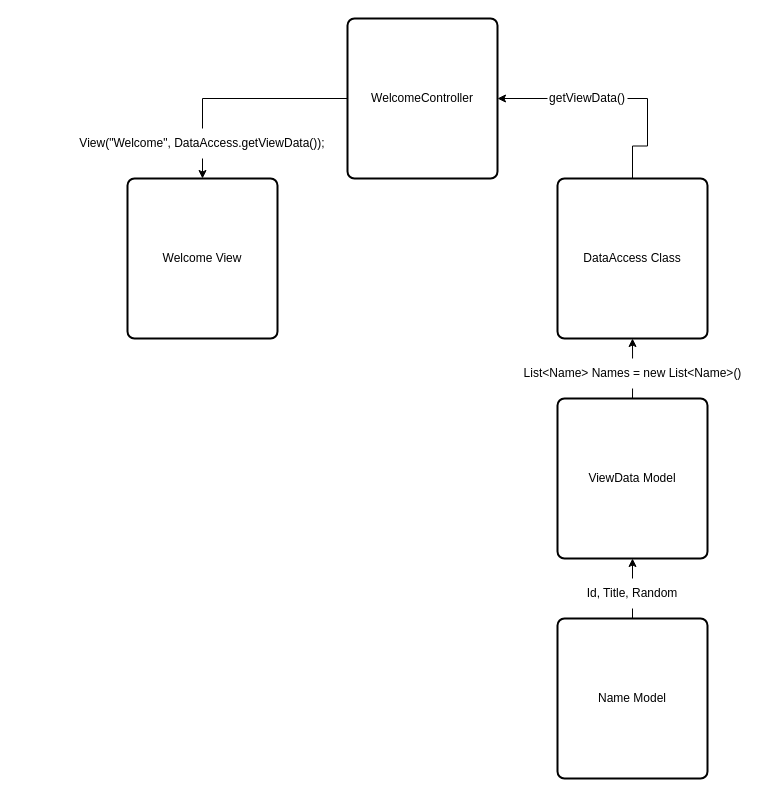
Earlier version of the draw.io diagram FlowChart-Ish.drawio (MathiasFHolst/PraktikOpgaver). Source tidied: cells renumbered, new cells numbered last; positions are measured from the earlier drawing's top-left corner, leaving out a move shared by most shapes. Both pictures are drawn from the tidied source at 100%, with x=0, y=0 at pixel (77, 18).
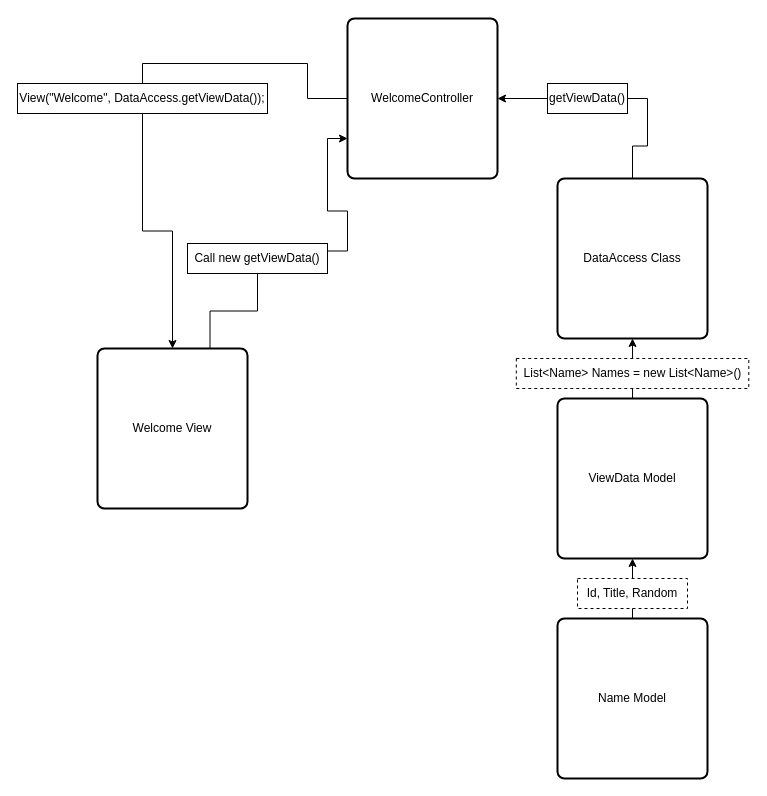
The same diagram, later.

The change refers to these unchanged cells:
```xml
<mxCell id="3" value="WelcomeController" style="rounded=1;whiteSpace=wrap;html=1;absoluteArcSize=1;arcSize=14;strokeWidth=2;" parent="1" vertex="1">
  <mxGeometry x="270" width="150" height="160" as="geometry" />
</mxCell>
```

What changed in the source:
```diff
@@
+    <mxCell id="19" style="edgeStyle=orthogonalEdgeStyle;rounded=0;jettySize=auto;html=1;exitX=1;exitY=0.25;exitDx=0;exitDy=0;entryX=0;entryY=0.75;entryDx=0;entryDy=0;startArrow=none;" parent="1" edge="1" source="20" target="3">
+      <mxGeometry relative="1" as="geometry" />
+    </mxCell>
     <mxCell id="10" value="Welcome View" style="rounded=1;whiteSpace=wrap;html=1;absoluteArcSize=1;arcSize=14;strokeWidth=2;" parent="1" vertex="1">
-      <mxGeometry x="50" y="160" width="150" height="160" as="geometry" />
+      <mxGeometry x="20" y="330" width="150" height="160" as="geometry" />
     </mxCell>
-    <mxCell id="11" value="Id, Title, Random" style="text;html=1;strokeColor=none;fillColor=none;align=center;verticalAlign=middle;whiteSpace=wrap;rounded=0;" parent="1" vertex="1">
+    <mxCell id="11" value="Id, Title, Random" style="text;html=1;strokeColor=default;fillColor=none;align=center;verticalAlign=middle;whiteSpace=wrap;rounded=0;dashed=1;" parent="1" vertex="1">
       <mxGeometry x="500" y="560" width="110" height="30" as="geometry" />
     </mxCell>
@@
-    <mxCell id="13" value="List&amp;lt;Name&amp;gt; Names = new List&amp;lt;Name&amp;gt;()" style="text;html=1;strokeColor=none;fillColor=none;align=center;verticalAlign=middle;whiteSpace=wrap;rounded=0;" parent="1" vertex="1">
+    <mxCell id="13" value="List&amp;lt;Name&amp;gt; Names = new List&amp;lt;Name&amp;gt;()" style="text;html=1;strokeColor=default;fillColor=none;align=center;verticalAlign=middle;whiteSpace=wrap;rounded=0;dashed=1;" parent="1" vertex="1">
       <mxGeometry x="438.8" y="340" width="232.5" height="30" as="geometry" />
     </mxCell>
@@
-    <mxCell id="15" value="getViewData()" style="text;html=1;strokeColor=none;fillColor=none;align=center;verticalAlign=middle;whiteSpace=wrap;rounded=0;" parent="1" vertex="1">
+    <mxCell id="15" value="getViewData()" style="text;html=1;strokeColor=default;fillColor=none;align=center;verticalAlign=middle;whiteSpace=wrap;rounded=0;" parent="1" vertex="1">
       <mxGeometry x="470" y="65" width="80" height="30" as="geometry" />
     </mxCell>
@@
-    <mxCell id="17" value="View(&quot;Welcome&quot;, DataAccess.getViewData());" style="text;html=1;strokeColor=none;fillColor=none;align=center;verticalAlign=middle;whiteSpace=wrap;rounded=0;" parent="1" vertex="1">
-      <mxGeometry y="110" width="250" height="30" as="geometry" />
+    <mxCell id="17" value="View(&quot;Welcome&quot;, DataAccess.getViewData());" style="text;html=1;strokeColor=default;fillColor=none;align=center;verticalAlign=middle;whiteSpace=wrap;rounded=0;" parent="1" vertex="1">
+      <mxGeometry x="-60" y="65" width="250" height="30" as="geometry" />
     </mxCell>
@@
+    <mxCell id="20" value="Call new getViewData()" style="text;html=1;strokeColor=default;fillColor=none;align=center;verticalAlign=middle;whiteSpace=wrap;rounded=0;" parent="1" vertex="1">
+      <mxGeometry x="110" y="225" width="140" height="30" as="geometry" />
+    </mxCell>
+    <mxCell id="21" style="edgeStyle=orthogonalEdgeStyle;rounded=0;jettySize=auto;html=1;exitX=0.75;exitY=0;exitDx=0;exitDy=0;entryX=0.5;entryY=1;entryDx=0;entryDy=0;endArrow=none;" parent="1" edge="1" source="10" target="20">
+      <mxGeometry relative="1" as="geometry" />
+    </mxCell>
```
